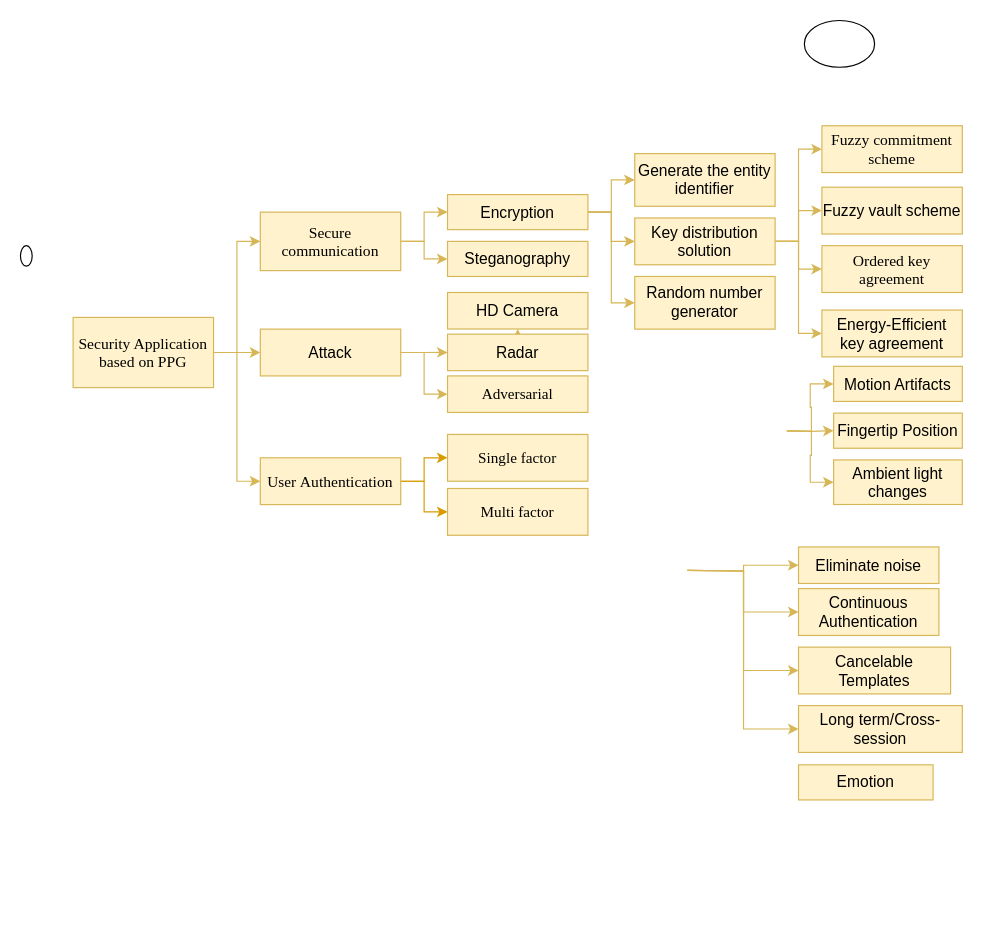
The draw.io diagram Untitled Diagram.drawio in NasTul/Diagrams, before the edit. Source tidied: cells renumbered, new cells numbered last; positions are measured from the earlier drawing's top-left corner, leaving out a move shared by most shapes. Both pictures are drawn from the tidied source at 117%, with x=0, y=0 at pixel (20, 20).
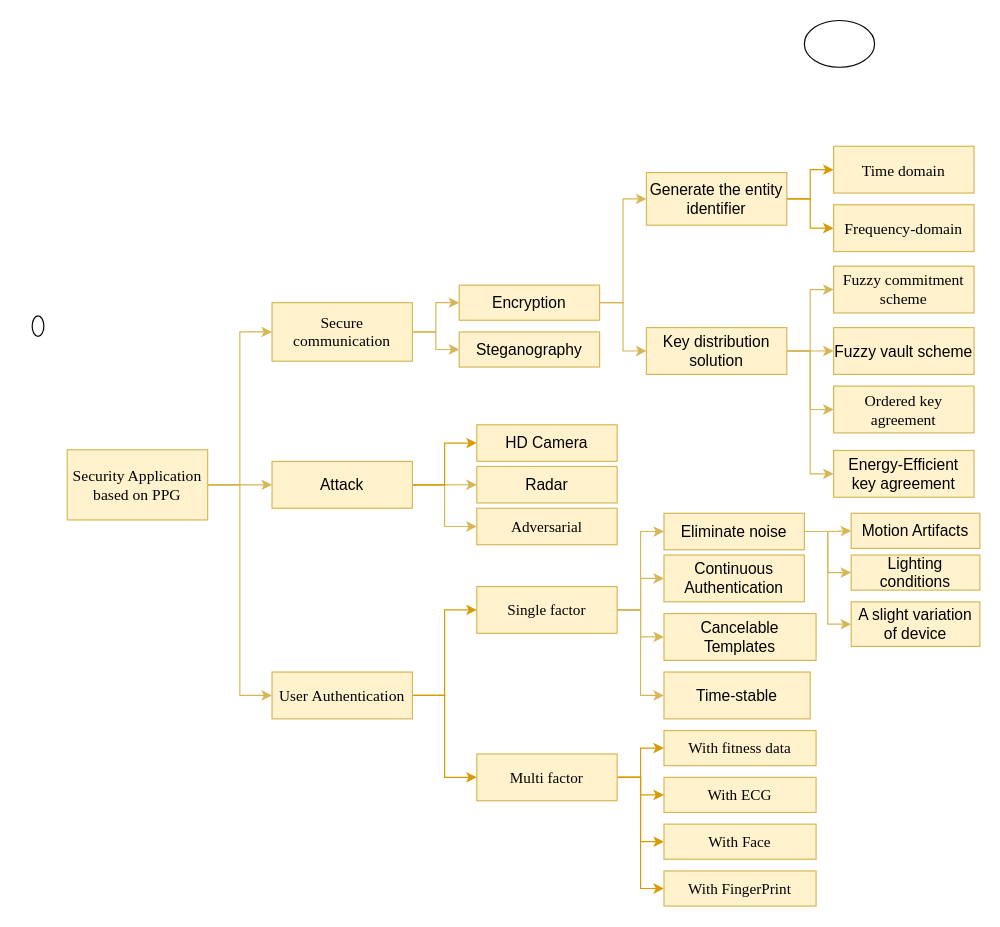
The same diagram, later.

The edit, as a diff of the source:
```diff
@@
     <mxCell id="5" value="&lt;span style=&quot;font-size: 10pt&quot;&gt;&lt;font face=&quot;Times New Roman&quot;&gt;Security Application based on PPG&lt;/font&gt;&lt;/span&gt;" style="rounded=0;whiteSpace=wrap;html=1;fillColor=#fff2cc;strokeColor=#d6b656;" parent="1" vertex="1">
-      <mxGeometry x="45" y="253.8" width="120" height="60" as="geometry" />
+      <mxGeometry x="40" y="366.9" width="120" height="60" as="geometry" />
     </mxCell>
-    <mxCell id="6" style="edgeStyle=orthogonalEdgeStyle;rounded=0;jettySize=auto;html=1;entryX=0;entryY=0.5;entryDx=0;entryDy=0;fillColor=#fff2cc;strokeColor=#d6b656;" parent="1" edge="1" target="35">
-      <mxGeometry relative="1" as="geometry">
-        <mxPoint x="570" y="470" as="sourcePoint" />
-      </mxGeometry>
+    <mxCell id="6" style="edgeStyle=orthogonalEdgeStyle;rounded=0;jettySize=auto;html=1;entryX=0;entryY=0.5;entryDx=0;entryDy=0;fillColor=#fff2cc;strokeColor=#d6b656;exitX=1;exitY=0.5;exitDx=0;exitDy=0;" parent="1" edge="1" source="52" target="35">
+      <mxGeometry relative="1" as="geometry" />
     </mxCell>
-    <mxCell id="7" style="edgeStyle=orthogonalEdgeStyle;rounded=0;jettySize=auto;html=1;entryX=0;entryY=0.5;entryDx=0;entryDy=0;fillColor=#fff2cc;strokeColor=#d6b656;" parent="1" edge="1" target="42">
-      <mxGeometry relative="1" as="geometry">
-        <mxPoint x="570" y="470" as="sourcePoint" />
-      </mxGeometry>
+    <mxCell id="7" style="edgeStyle=orthogonalEdgeStyle;rounded=0;jettySize=auto;html=1;entryX=0;entryY=0.5;entryDx=0;entryDy=0;fillColor=#fff2cc;strokeColor=#d6b656;exitX=1;exitY=0.5;exitDx=0;exitDy=0;" parent="1" edge="1" source="52" target="42">
+      <mxGeometry relative="1" as="geometry" />
     </mxCell>
-    <mxCell id="8" style="edgeStyle=orthogonalEdgeStyle;rounded=0;jettySize=auto;html=1;entryX=0;entryY=0.5;entryDx=0;entryDy=0;fillColor=#fff2cc;strokeColor=#d6b656;" parent="1" edge="1" target="43">
-      <mxGeometry relative="1" as="geometry">
-        <mxPoint x="570" y="470" as="sourcePoint" />
-      </mxGeometry>
+    <mxCell id="8" style="edgeStyle=orthogonalEdgeStyle;rounded=0;jettySize=auto;html=1;entryX=0;entryY=0.5;entryDx=0;entryDy=0;fillColor=#fff2cc;strokeColor=#d6b656;exitX=1;exitY=0.5;exitDx=0;exitDy=0;" parent="1" edge="1" source="52" target="43">
+      <mxGeometry relative="1" as="geometry" />
     </mxCell>
-    <mxCell id="9" style="edgeStyle=orthogonalEdgeStyle;rounded=0;jettySize=auto;html=1;entryX=0;entryY=0.5;entryDx=0;entryDy=0;fillColor=#fff2cc;strokeColor=#d6b656;" parent="1" edge="1" target="44">
-      <mxGeometry relative="1" as="geometry">
-        <mxPoint x="570" y="470" as="sourcePoint" />
-      </mxGeometry>
+    <mxCell id="9" style="edgeStyle=orthogonalEdgeStyle;rounded=0;jettySize=auto;html=1;entryX=0;entryY=0.5;entryDx=0;entryDy=0;fillColor=#fff2cc;strokeColor=#d6b656;exitX=1;exitY=0.5;exitDx=0;exitDy=0;" parent="1" edge="1" source="52" target="44">
+      <mxGeometry relative="1" as="geometry" />
     </mxCell>
@@
     <mxCell id="12" value="&lt;span style=&quot;font-size: 10pt&quot;&gt;&lt;font face=&quot;Times New Roman&quot;&gt;Secure communication&lt;/font&gt;&lt;/span&gt;" style="rounded=0;whiteSpace=wrap;html=1;fillColor=#fff2cc;strokeColor=#d6b656;" parent="1" vertex="1">
-      <mxGeometry x="205" y="163.8" width="120" height="50" as="geometry" />
+      <mxGeometry x="215" y="241.2" width="120" height="50" as="geometry" />
     </mxCell>
-    <mxCell id="13" style="edgeStyle=orthogonalEdgeStyle;rounded=0;jettySize=auto;html=1;fillColor=#fff2cc;strokeColor=#d6b656;" parent="1" edge="1" source="16" target="32">
-      <mxGeometry relative="1" as="geometry" />
-    </mxCell>
@@
+    <mxCell id="13" style="edgeStyle=orthogonalEdgeStyle;rounded=0;jettySize=auto;html=1;entryX=0;entryY=0.5;entryDx=0;entryDy=0;fillColor=#ffe6cc;strokeColor=#d79b00;" parent="1" edge="1" source="16" target="32">
+      <mxGeometry relative="1" as="geometry" />
+    </mxCell>
     <mxCell id="16" value="&lt;span style=&quot;font-family: &amp;#34;noto_regular&amp;#34; ; font-size: 10pt&quot;&gt;Attack&lt;/span&gt;" style="rounded=0;whiteSpace=wrap;html=1;fillColor=#fff2cc;strokeColor=#d6b656;" parent="1" vertex="1">
-      <mxGeometry x="205" y="263.8" width="120" height="40" as="geometry" />
+      <mxGeometry x="215" y="376.9" width="120" height="40" as="geometry" />
     </mxCell>
@@
-    <mxCell id="19" style="edgeStyle=orthogonalEdgeStyle;rounded=0;jettySize=auto;html=1;entryX=0;entryY=0.5;entryDx=0;entryDy=0;fillColor=#fff2cc;strokeColor=#d6b656;" parent="1" edge="1" source="20" target="48">
-      <mxGeometry relative="1" as="geometry" />
-    </mxCell>
     <mxCell id="20" value="&lt;span style=&quot;font-family: &amp;#34;noto_regular&amp;#34; ; font-size: 10pt&quot;&gt;Encryption&lt;/span&gt;" style="rounded=0;whiteSpace=wrap;html=1;fillColor=#fff2cc;strokeColor=#d6b656;" parent="1" vertex="1">
-      <mxGeometry x="365" y="148.8" width="120" height="30" as="geometry" />
+      <mxGeometry x="375" y="226.2" width="120" height="30" as="geometry" />
     </mxCell>
     <mxCell id="21" value="&lt;span style=&quot;font-family: &amp;#34;noto_regular&amp;#34; ; font-size: 10pt&quot;&gt;Steganography&lt;/span&gt;" style="rounded=0;whiteSpace=wrap;html=1;fillColor=#fff2cc;strokeColor=#d6b656;" parent="1" vertex="1">
-      <mxGeometry x="365" y="188.8" width="120" height="30" as="geometry" />
+      <mxGeometry x="375" y="266.2" width="120" height="30" as="geometry" />
     </mxCell>
+    <mxCell id="54" style="edgeStyle=orthogonalEdgeStyle;rounded=0;jettySize=auto;html=1;entryX=0;entryY=0.5;entryDx=0;entryDy=0;fillColor=#ffe6cc;strokeColor=#d79b00;" parent="1" edge="1" source="22" target="60">
+      <mxGeometry relative="1" as="geometry" />
+    </mxCell>
+    <mxCell id="55" style="edgeStyle=orthogonalEdgeStyle;rounded=0;jettySize=auto;html=1;entryX=0;entryY=0.5;entryDx=0;entryDy=0;fillColor=#ffe6cc;strokeColor=#d79b00;" parent="1" edge="1" source="22" target="61">
+      <mxGeometry relative="1" as="geometry" />
+    </mxCell>
     <mxCell id="22" value="&lt;span style=&quot;font-family: &amp;#34;noto_regular&amp;#34; ; font-size: 10pt&quot;&gt;Generate the entity identifier&lt;/span&gt;" style="rounded=0;whiteSpace=wrap;html=1;fillColor=#fff2cc;strokeColor=#d6b656;" parent="1" vertex="1">
-      <mxGeometry x="525" y="113.8" width="120" height="45" as="geometry" />
+      <mxGeometry x="535" y="130" width="120" height="45" as="geometry" />
     </mxCell>
@@
-    <mxCell id="24" style="edgeStyle=orthogonalEdgeStyle;rounded=0;jettySize=auto;html=1;fillColor=#fff2cc;strokeColor=#d6b656;" parent="1" edge="1" source="27" target="29">
+    <mxCell id="24" style="edgeStyle=orthogonalEdgeStyle;rounded=0;jettySize=auto;html=1;fillColor=#fff2cc;strokeColor=#d6b656;entryX=0;entryY=0.5;entryDx=0;entryDy=0;" parent="1" edge="1" source="27" target="29">
       <mxGeometry relative="1" as="geometry" />
     </mxCell>
@@
     <mxCell id="27" value="&lt;span style=&quot;font-family: &amp;#34;noto_regular&amp;#34; ; font-size: 10pt&quot;&gt;Key distribution solution&lt;/span&gt;" style="rounded=0;whiteSpace=wrap;html=1;fillColor=#fff2cc;strokeColor=#d6b656;" parent="1" vertex="1">
-      <mxGeometry x="525" y="168.8" width="120" height="40" as="geometry" />
+      <mxGeometry x="535" y="262.5" width="120" height="40" as="geometry" />
     </mxCell>
     <mxCell id="28" value="&lt;span style=&quot;font-size: 10pt&quot;&gt;&lt;font face=&quot;Times New Roman&quot;&gt;Fuzzy commitment scheme&lt;/font&gt;&lt;/span&gt;" style="rounded=0;whiteSpace=wrap;html=1;fillColor=#fff2cc;strokeColor=#d6b656;" parent="1" vertex="1">
-      <mxGeometry x="685" y="90" width="120" height="40" as="geometry" />
+      <mxGeometry x="695" y="210" width="120" height="40" as="geometry" />
     </mxCell>
     <mxCell id="29" value="&lt;span style=&quot;font-family: &amp;#34;noto_regular&amp;#34; ; font-size: 10pt&quot;&gt;Fuzzy vault scheme&lt;/span&gt;" style="rounded=0;whiteSpace=wrap;html=1;fillColor=#fff2cc;strokeColor=#d6b656;" parent="1" vertex="1">
-      <mxGeometry x="685" y="142.5" width="120" height="40" as="geometry" />
+      <mxGeometry x="695" y="262.5" width="120" height="40" as="geometry" />
     </mxCell>
     <mxCell id="30" value="&lt;span style=&quot;font-size: 10pt&quot;&gt;&lt;font face=&quot;Times New Roman&quot;&gt;Ordered key agreement&lt;/font&gt;&lt;/span&gt;" style="rounded=0;whiteSpace=wrap;html=1;fillColor=#fff2cc;strokeColor=#d6b656;" parent="1" vertex="1">
-      <mxGeometry x="685" y="192.5" width="120" height="40" as="geometry" />
+      <mxGeometry x="695" y="312.5" width="120" height="40" as="geometry" />
     </mxCell>
     <mxCell id="31" value="&lt;span style=&quot;font-family: &amp;#34;noto_regular&amp;#34; ; font-size: 10pt&quot;&gt;Energy-Efficient key agreement&lt;/span&gt;" style="rounded=0;whiteSpace=wrap;html=1;fillColor=#fff2cc;strokeColor=#d6b656;" parent="1" vertex="1">
-      <mxGeometry x="685" y="247.5" width="120" height="40" as="geometry" />
+      <mxGeometry x="695" y="367.5" width="120" height="40" as="geometry" />
     </mxCell>
     <mxCell id="32" value="&lt;span style=&quot;font-family: &amp;#34;noto_regular&amp;#34; ; font-size: 10pt&quot;&gt;HD Camera&lt;/span&gt;" style="rounded=0;whiteSpace=wrap;html=1;fillColor=#fff2cc;strokeColor=#d6b656;" parent="1" vertex="1">
-      <mxGeometry x="365" y="232.5" width="120" height="31.2" as="geometry" />
+      <mxGeometry x="390" y="345.6" width="120" height="31.2" as="geometry" />
     </mxCell>
     <mxCell id="33" value="&lt;span style=&quot;font-family: &amp;#34;noto_regular&amp;#34; ; font-size: 10pt&quot;&gt;Radar&lt;/span&gt;" style="rounded=0;whiteSpace=wrap;html=1;fillColor=#fff2cc;strokeColor=#d6b656;" parent="1" vertex="1">
-      <mxGeometry x="365" y="268.1" width="120" height="31.2" as="geometry" />
+      <mxGeometry x="390" y="381.2" width="120" height="31.2" as="geometry" />
     </mxCell>
     <mxCell id="34" value="&lt;span style=&quot;font-family: &amp;#34;times new roman&amp;#34; ; font-size: 13px ; text-align: left&quot;&gt;Adversarial &lt;/span&gt;" style="rounded=0;whiteSpace=wrap;html=1;fillColor=#fff2cc;strokeColor=#d6b656;" parent="1" vertex="1">
-      <mxGeometry x="365" y="303.8" width="120" height="31.2" as="geometry" />
+      <mxGeometry x="390" y="416.9" width="120" height="31.2" as="geometry" />
     </mxCell>
     <mxCell id="35" value="&lt;span style=&quot;font-family: &amp;#34;noto_regular&amp;#34; ; font-size: 10pt&quot;&gt;Eliminate noise&lt;/span&gt;" style="rounded=0;whiteSpace=wrap;html=1;fillColor=#fff2cc;strokeColor=#d6b656;" parent="1" vertex="1">
-      <mxGeometry x="665" y="450" width="120" height="31.2" as="geometry" />
+      <mxGeometry x="550" y="421.2" width="120" height="31.2" as="geometry" />
     </mxCell>
-    <mxCell id="36" style="edgeStyle=orthogonalEdgeStyle;rounded=0;jettySize=auto;html=1;entryX=0;entryY=0.5;entryDx=0;entryDy=0;fillColor=#fff2cc;strokeColor=#d6b656;" parent="1" edge="1" target="39">
-      <mxGeometry relative="1" as="geometry">
-        <mxPoint x="655" y="350.7" as="sourcePoint" />
-      </mxGeometry>
+    <mxCell id="36" style="edgeStyle=orthogonalEdgeStyle;rounded=0;jettySize=auto;html=1;entryX=0;entryY=0.5;entryDx=0;entryDy=0;fillColor=#fff2cc;strokeColor=#d6b656;exitX=1;exitY=0.5;exitDx=0;exitDy=0;" parent="1" edge="1" source="35" target="39">
+      <mxGeometry relative="1" as="geometry" />
     </mxCell>
-    <mxCell id="37" style="edgeStyle=orthogonalEdgeStyle;rounded=0;jettySize=auto;html=1;entryX=0;entryY=0.5;entryDx=0;entryDy=0;fillColor=#fff2cc;strokeColor=#d6b656;" parent="1" edge="1" target="40">
-      <mxGeometry relative="1" as="geometry">
-        <mxPoint x="655" y="350.7" as="sourcePoint" />
-      </mxGeometry>
+    <mxCell id="37" style="edgeStyle=orthogonalEdgeStyle;rounded=0;jettySize=auto;html=1;entryX=0;entryY=0.5;entryDx=0;entryDy=0;fillColor=#fff2cc;strokeColor=#d6b656;exitX=1;exitY=0.5;exitDx=0;exitDy=0;" parent="1" edge="1" source="35" target="40">
+      <mxGeometry relative="1" as="geometry" />
     </mxCell>
-    <mxCell id="38" style="edgeStyle=orthogonalEdgeStyle;rounded=0;jettySize=auto;html=1;entryX=0;entryY=0.5;entryDx=0;entryDy=0;fillColor=#fff2cc;strokeColor=#d6b656;" parent="1" edge="1" target="41">
-      <mxGeometry relative="1" as="geometry">
-        <mxPoint x="655" y="350.7" as="sourcePoint" />
-      </mxGeometry>
+    <mxCell id="38" style="edgeStyle=orthogonalEdgeStyle;rounded=0;jettySize=auto;html=1;entryX=0;entryY=0.5;entryDx=0;entryDy=0;fillColor=#fff2cc;strokeColor=#d6b656;exitX=1;exitY=0.5;exitDx=0;exitDy=0;" parent="1" edge="1" source="35" target="41">
+      <mxGeometry relative="1" as="geometry" />
     </mxCell>
     <mxCell id="39" value="&lt;font face=&quot;noto_regular&quot;&gt;&lt;span style=&quot;font-size: 13.3333px&quot;&gt;Motion Artifacts&lt;/span&gt;&lt;/font&gt;" style="rounded=0;whiteSpace=wrap;html=1;fillColor=#fff2cc;strokeColor=#d6b656;" parent="1" vertex="1">
-      <mxGeometry x="695" y="295.6" width="110" height="30" as="geometry" />
+      <mxGeometry x="710" y="421.2" width="110" height="30" as="geometry" />
     </mxCell>
-    <mxCell id="40" value="&lt;font face=&quot;noto_regular&quot;&gt;&lt;span style=&quot;font-size: 13.3333px&quot;&gt;Fingertip Position&lt;/span&gt;&lt;/font&gt;" style="rounded=0;whiteSpace=wrap;html=1;fillColor=#fff2cc;strokeColor=#d6b656;" parent="1" vertex="1">
-      <mxGeometry x="695" y="335.6" width="110" height="30" as="geometry" />
+    <mxCell id="40" value="&lt;font face=&quot;noto_regular&quot;&gt;&lt;span style=&quot;font-size: 13.3333px&quot;&gt;Lighting conditions&lt;/span&gt;&lt;/font&gt;" style="rounded=0;whiteSpace=wrap;html=1;fillColor=#fff2cc;strokeColor=#d6b656;" parent="1" vertex="1">
+      <mxGeometry x="710" y="456.9" width="110" height="30" as="geometry" />
     </mxCell>
-    <mxCell id="41" value="&lt;font face=&quot;noto_regular&quot;&gt;&lt;span style=&quot;font-size: 13.3333px&quot;&gt;Ambient light changes&lt;/span&gt;&lt;/font&gt;" style="rounded=0;whiteSpace=wrap;html=1;fillColor=#fff2cc;strokeColor=#d6b656;" parent="1" vertex="1">
-      <mxGeometry x="695" y="375.6" width="110" height="38.1" as="geometry" />
+    <mxCell id="41" value="&lt;font face=&quot;noto_regular&quot;&gt;&lt;span style=&quot;font-size: 13.3333px&quot;&gt;A slight variation of device&lt;/span&gt;&lt;/font&gt;" style="rounded=0;whiteSpace=wrap;html=1;fillColor=#fff2cc;strokeColor=#d6b656;" parent="1" vertex="1">
+      <mxGeometry x="710" y="496.9" width="110" height="38.1" as="geometry" />
     </mxCell>
     <mxCell id="42" value="&lt;span style=&quot;font-family: &amp;#34;noto_regular&amp;#34; ; font-size: 10pt&quot;&gt;Continuous Authentication&lt;/span&gt;" style="rounded=0;whiteSpace=wrap;html=1;fillColor=#fff2cc;strokeColor=#d6b656;" parent="1" vertex="1">
-      <mxGeometry x="665" y="485.6" width="120" height="40" as="geometry" />
+      <mxGeometry x="550" y="456.9" width="120" height="40" as="geometry" />
     </mxCell>
     <mxCell id="43" value="&lt;span style=&quot;font-family: &amp;#34;noto_regular&amp;#34; ; font-size: 10pt&quot;&gt;Cancelable Templates&lt;/span&gt;" style="rounded=0;whiteSpace=wrap;html=1;fillColor=#fff2cc;strokeColor=#d6b656;" parent="1" vertex="1">
-      <mxGeometry x="665" y="535.6" width="130" height="40" as="geometry" />
+      <mxGeometry x="550" y="506.9" width="130" height="40" as="geometry" />
     </mxCell>
-    <mxCell id="44" value="&lt;p&gt;&lt;span style=&quot;font-family: &amp;#34;noto_regular&amp;#34; ; font-size: 10pt&quot;&gt;Long term/&lt;/span&gt;&lt;span style=&quot;font-family: &amp;#34;noto_regular&amp;#34; ; font-size: 10pt&quot;&gt;Cross-session&lt;/span&gt;&lt;/p&gt;" style="rounded=0;whiteSpace=wrap;html=1;fillColor=#fff2cc;strokeColor=#d6b656;" parent="1" vertex="1">
-      <mxGeometry x="665" y="585.6" width="140" height="40" as="geometry" />
+    <mxCell id="44" value="&lt;p&gt;&lt;font face=&quot;noto_regular&quot;&gt;&lt;span style=&quot;font-size: 13.3333px&quot;&gt;Time-stable&lt;/span&gt;&lt;/font&gt;&lt;br&gt;&lt;/p&gt;" style="rounded=0;whiteSpace=wrap;html=1;fillColor=#fff2cc;strokeColor=#d6b656;" parent="1" vertex="1">
+      <mxGeometry x="550" y="556.9" width="125" height="40" as="geometry" />
     </mxCell>
@@
     <mxCell id="46" style="ellipse;whiteSpace=wrap;html=1;" parent="1" vertex="1">
-      <mxGeometry y="192.5" width="10" height="17.5" as="geometry" />
+      <mxGeometry x="10" y="252.5" width="10" height="17.5" as="geometry" />
     </mxCell>
-    <mxCell id="47" value="&lt;p&gt;&lt;span style=&quot;font-family: &amp;#34;noto_regular&amp;#34; ; font-size: 10pt&quot;&gt;Emotion&lt;/span&gt;&lt;br&gt;&lt;/p&gt;" style="rounded=0;whiteSpace=wrap;html=1;fillColor=#fff2cc;strokeColor=#d6b656;" parent="1" vertex="1">
-      <mxGeometry x="665" y="636.2" width="115" height="30" as="geometry" />
-    </mxCell>
-    <mxCell id="48" value="&lt;font face=&quot;noto_regular&quot;&gt;&lt;span style=&quot;font-size: 13.3333px&quot;&gt;Random number generator&lt;/span&gt;&lt;/font&gt;" style="rounded=0;whiteSpace=wrap;html=1;fillColor=#fff2cc;strokeColor=#d6b656;" parent="1" vertex="1">
-      <mxGeometry x="525" y="218.8" width="120" height="45" as="geometry" />
-    </mxCell>
@@
     <mxCell id="51" value="&lt;font face=&quot;Times New Roman&quot;&gt;User&amp;nbsp;&lt;span style=&quot;font-size: 10pt&quot;&gt;Authentication&lt;/span&gt;&lt;/font&gt;" style="rounded=0;whiteSpace=wrap;html=1;fontSize=13;fillColor=#fff2cc;strokeColor=#d6b656;" parent="1" vertex="1">
-      <mxGeometry x="205" y="373.8" width="120" height="40" as="geometry" />
+      <mxGeometry x="215" y="556.9" width="120" height="40" as="geometry" />
     </mxCell>
     <mxCell id="52" value="&lt;font face=&quot;Times New Roman&quot;&gt;Single factor&lt;/font&gt;" style="rounded=0;whiteSpace=wrap;html=1;fontSize=13;fillColor=#fff2cc;strokeColor=#d6b656;" parent="1" vertex="1">
-      <mxGeometry x="365" y="353.8" width="120" height="40" as="geometry" />
+      <mxGeometry x="390" y="483.8" width="120" height="40" as="geometry" />
     </mxCell>
+    <mxCell id="56" style="edgeStyle=orthogonalEdgeStyle;rounded=0;jettySize=auto;html=1;fillColor=#ffe6cc;strokeColor=#d79b00;" parent="1" edge="1" source="53" target="62">
+      <mxGeometry relative="1" as="geometry" />
+    </mxCell>
+    <mxCell id="57" style="edgeStyle=orthogonalEdgeStyle;rounded=0;jettySize=auto;html=1;entryX=0;entryY=0.5;entryDx=0;entryDy=0;fillColor=#ffe6cc;strokeColor=#d79b00;" parent="1" edge="1" source="53" target="63">
+      <mxGeometry relative="1" as="geometry" />
+    </mxCell>
+    <mxCell id="58" style="edgeStyle=orthogonalEdgeStyle;rounded=0;jettySize=auto;html=1;entryX=0;entryY=0.5;entryDx=0;entryDy=0;fillColor=#ffe6cc;strokeColor=#d79b00;" parent="1" edge="1" source="53" target="64">
+      <mxGeometry relative="1" as="geometry" />
+    </mxCell>
+    <mxCell id="59" style="edgeStyle=orthogonalEdgeStyle;rounded=0;jettySize=auto;html=1;entryX=0;entryY=0.5;entryDx=0;entryDy=0;fillColor=#ffe6cc;strokeColor=#d79b00;" parent="1" edge="1" source="53" target="65">
+      <mxGeometry relative="1" as="geometry" />
+    </mxCell>
     <mxCell id="53" value="&lt;font face=&quot;Times New Roman&quot;&gt;Multi factor&lt;/font&gt;" style="rounded=0;whiteSpace=wrap;html=1;fontSize=13;fillColor=#fff2cc;strokeColor=#d6b656;" parent="1" vertex="1">
-      <mxGeometry x="365" y="400" width="120" height="40" as="geometry" />
+      <mxGeometry x="390" y="626.9" width="120" height="40" as="geometry" />
     </mxCell>
+    <mxCell id="60" value="&lt;font face=&quot;Times New Roman&quot;&gt;&lt;span style=&quot;font-size: 10pt&quot;&gt;Time &lt;/span&gt;&lt;span style=&quot;font-size: 13.3333px&quot;&gt;domain&lt;/span&gt;&lt;br&gt;&lt;/font&gt;" style="rounded=0;whiteSpace=wrap;html=1;fillColor=#fff2cc;strokeColor=#d6b656;" parent="1" vertex="1">
+      <mxGeometry x="695" y="107.5" width="120" height="40" as="geometry" />
+    </mxCell>
+    <mxCell id="61" value="&lt;font face=&quot;Times New Roman&quot;&gt;&lt;span style=&quot;font-size: 13.3333px&quot;&gt;Frequency-domain&lt;/span&gt;&lt;br&gt;&lt;/font&gt;" style="rounded=0;whiteSpace=wrap;html=1;fillColor=#fff2cc;strokeColor=#d6b656;" parent="1" vertex="1">
+      <mxGeometry x="695" y="157.5" width="120" height="40" as="geometry" />
+    </mxCell>
+    <mxCell id="62" value="&lt;font face=&quot;Times New Roman&quot;&gt;With&amp;nbsp;fitness data&lt;/font&gt;" style="whiteSpace=wrap;html=1;rounded=0;fontSize=13;strokeColor=#d6b656;fillColor=#fff2cc;" parent="1" vertex="1">
+      <mxGeometry x="550" y="606.9" width="130" height="30" as="geometry" />
+    </mxCell>
+    <mxCell id="63" value="&lt;font face=&quot;Times New Roman&quot;&gt;With&amp;nbsp;ECG&lt;/font&gt;" style="whiteSpace=wrap;html=1;rounded=0;fontSize=13;strokeColor=#d6b656;fillColor=#fff2cc;" parent="1" vertex="1">
+      <mxGeometry x="550" y="646.9" width="130" height="30" as="geometry" />
+    </mxCell>
+    <mxCell id="64" value="&lt;font face=&quot;Times New Roman&quot;&gt;With&amp;nbsp;Face&lt;/font&gt;" style="whiteSpace=wrap;html=1;rounded=0;fontSize=13;strokeColor=#d6b656;fillColor=#fff2cc;" parent="1" vertex="1">
+      <mxGeometry x="550" y="686.9" width="130" height="30" as="geometry" />
+    </mxCell>
+    <mxCell id="65" value="&lt;font face=&quot;Times New Roman&quot;&gt;With&amp;nbsp;FingerPrint&lt;/font&gt;" style="whiteSpace=wrap;html=1;rounded=0;fontSize=13;strokeColor=#d6b656;fillColor=#fff2cc;" parent="1" vertex="1">
+      <mxGeometry x="550" y="726.9" width="130" height="30" as="geometry" />
+    </mxCell>
```
